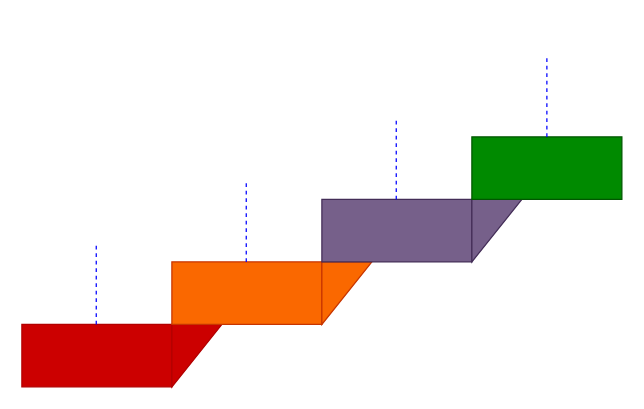
This is test.drawio from chenyibang/rdpwrap, a draw.io file, before an edit. Source tidied: cells renumbered, new cells numbered last; positions are measured from the earlier drawing's top-left corner, leaving out a move shared by most shapes. Both pictures are drawn from the tidied source at 125%, with x=0, y=0 at pixel (21, 56).
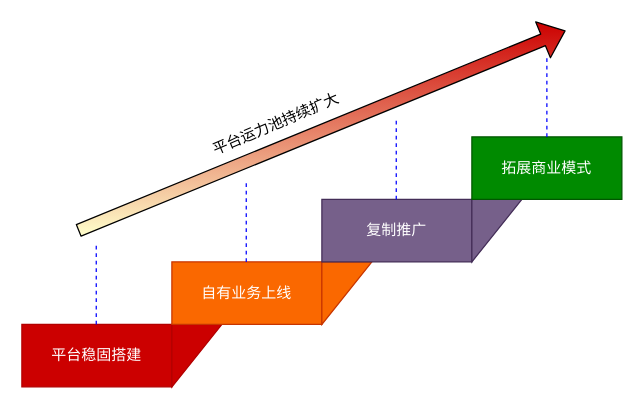
The same diagram, later.

The edit, as a diff of the source:
```diff
@@
 <mxGraphModel>
   <root>
     <mxCell id="0" />
     <mxCell id="1" parent="0" />
-    <mxCell id="2" style="rounded=0;whiteSpace=wrap;html=1;fillColor=#CC0000;strokeColor=#B20000;fontColor=#ffffff;" parent="1" vertex="1">
+    <mxCell id="2" value="平台稳固搭建" style="rounded=0;whiteSpace=wrap;html=1;fillColor=#CC0000;strokeColor=#B20000;fontColor=#ffffff;" parent="1" vertex="1">
       <mxGeometry y="214" width="120" height="50" as="geometry" />
     </mxCell>
     <mxCell id="3" style="verticalLabelPosition=bottom;verticalAlign=top;html=1;shape=mxgraph.basic.orthogonal_triangle;direction=west;flipH=1;fillColor=#CC0000;strokeColor=#B20000;fontColor=#ffffff;" parent="1" vertex="1">
       <mxGeometry x="120" y="214" width="40" height="50" as="geometry" />
     </mxCell>
-    <mxCell id="4" style="rounded=0;whiteSpace=wrap;html=1;fillColor=#fa6800;strokeColor=#C73500;fontColor=#ffffff;" parent="1" vertex="1">
+    <mxCell id="4" value="自有业务上线" style="rounded=0;whiteSpace=wrap;html=1;fillColor=#fa6800;strokeColor=#C73500;fontColor=#ffffff;" parent="1" vertex="1">
       <mxGeometry x="120" y="164" width="120" height="50" as="geometry" />
     </mxCell>
     <mxCell id="5" style="verticalLabelPosition=bottom;verticalAlign=top;html=1;shape=mxgraph.basic.orthogonal_triangle;direction=west;flipH=1;fillColor=#fa6800;strokeColor=#C73500;fontColor=#ffffff;" parent="1" vertex="1">
       <mxGeometry x="240" y="164" width="40" height="50" as="geometry" />
     </mxCell>
-    <mxCell id="6" style="rounded=0;whiteSpace=wrap;html=1;fillColor=#76608a;strokeColor=#432D57;fontColor=#ffffff;" parent="1" vertex="1">
+    <mxCell id="6" value="复制推广" style="rounded=0;whiteSpace=wrap;html=1;fillColor=#76608a;strokeColor=#432D57;fontColor=#ffffff;" parent="1" vertex="1">
       <mxGeometry x="240" y="114" width="120" height="50" as="geometry" />
     </mxCell>
     <mxCell id="7" style="verticalLabelPosition=bottom;verticalAlign=top;html=1;shape=mxgraph.basic.orthogonal_triangle;direction=west;flipH=1;fillColor=#76608a;strokeColor=#432D57;fontColor=#ffffff;" parent="1" vertex="1">
       <mxGeometry x="360" y="114" width="40" height="50" as="geometry" />
     </mxCell>
-    <mxCell id="8" style="rounded=0;whiteSpace=wrap;html=1;fillColor=#008a00;strokeColor=#005700;fontColor=#ffffff;" parent="1" vertex="1">
+    <mxCell id="8" value="拓展商业模式" style="rounded=0;whiteSpace=wrap;html=1;fillColor=#008a00;strokeColor=#005700;fontColor=#ffffff;" parent="1" vertex="1">
       <mxGeometry x="360" y="64" width="120" height="50" as="geometry" />
     </mxCell>
     <mxCell id="9" style="endArrow=none;dashed=1;html=1;jumpSize=4;strokeColor=#0000FF;rounded=1;" parent="1" edge="1">
       <mxGeometry relative="1" as="geometry">
         <mxPoint x="59.5" y="214" as="sourcePoint" />
         <mxPoint x="59.5" y="150" as="targetPoint" />
       </mxGeometry>
     </mxCell>
     <mxCell id="10" style="endArrow=none;dashed=1;html=1;jumpSize=4;strokeColor=#0000FF;rounded=1;" parent="1" edge="1">
       <mxGeometry relative="1" as="geometry">
         <mxPoint x="179.5" y="164" as="sourcePoint" />
         <mxPoint x="179.5" y="100" as="targetPoint" />
       </mxGeometry>
     </mxCell>
     <mxCell id="11" style="endArrow=none;dashed=1;html=1;jumpSize=4;strokeColor=#0000FF;rounded=1;" parent="1" edge="1">
       <mxGeometry relative="1" as="geometry">
         <mxPoint x="420" y="64" as="sourcePoint" />
         <mxPoint x="420" as="targetPoint" />
       </mxGeometry>
     </mxCell>
     <mxCell id="12" style="endArrow=none;dashed=1;html=1;jumpSize=4;strokeColor=#0000FF;rounded=1;" parent="1" edge="1">
       <mxGeometry relative="1" as="geometry">
         <mxPoint x="299.5" y="114" as="sourcePoint" />
         <mxPoint x="299.5" y="50" as="targetPoint" />
       </mxGeometry>
     </mxCell>
+    <mxCell id="13" style="shape=flexArrow;endArrow=classic;html=1;fillColor=#CC0000;gradientColor=#FFFFCC;" parent="1" edge="1">
+      <mxGeometry relative="1" as="geometry">
+        <mxPoint x="45" y="139" as="sourcePoint" />
+        <mxPoint x="435" y="-21" as="targetPoint" />
+      </mxGeometry>
+    </mxCell>
+    <mxCell id="14" value="平台运力池持续扩大" style="text;html=1;strokeColor=none;fillColor=none;align=center;verticalAlign=middle;whiteSpace=wrap;rounded=0;rotation=337;" parent="1" vertex="1">
+      <mxGeometry x="147" y="44" width="113" height="20" as="geometry" />
+    </mxCell>
   </root>
 </mxGraphModel>
```
